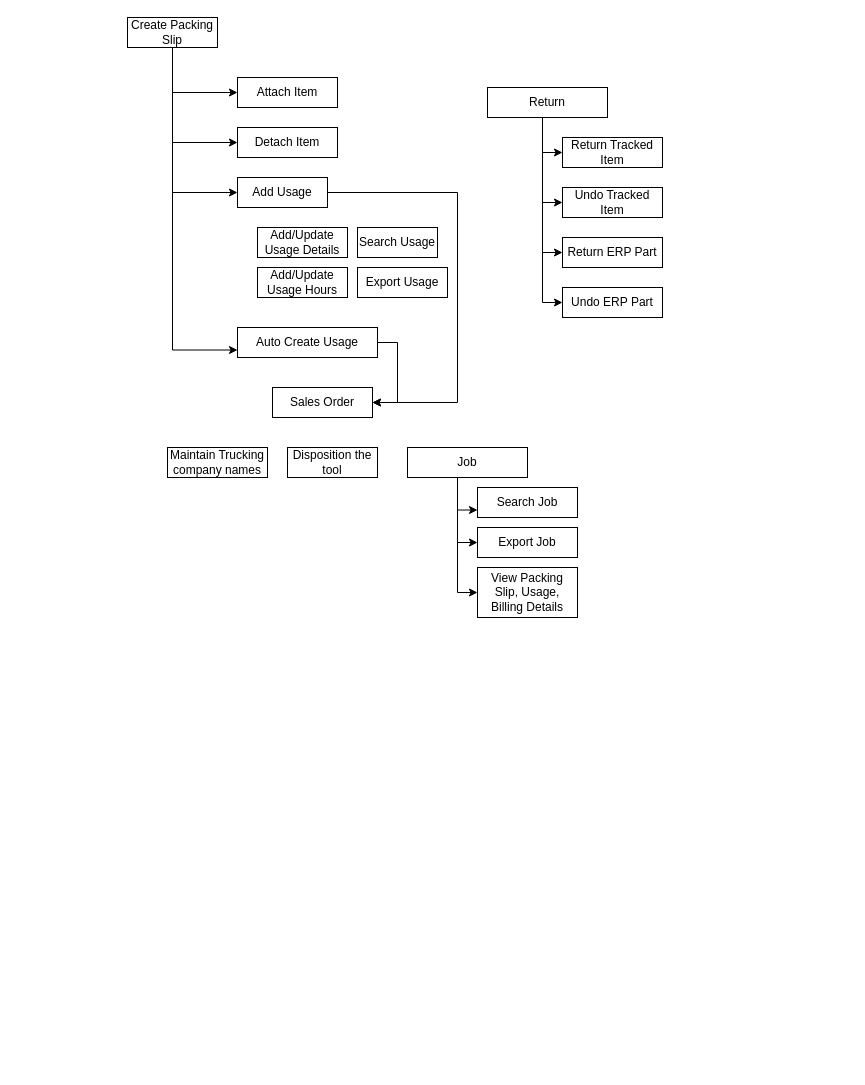
This is page "Customer Transfer" (2 of 4) of Untitled Diagram.drawio from ajaykedar77/TAT-Application, a draw.io file, before an edit. Source tidied: cells renumbered, new cells numbered last; positions are measured from the earlier drawing's top-left corner, leaving out a move shared by most shapes. Both pictures are drawn from the tidied source at 100%, with x=0, y=0 at pixel (127, 17).
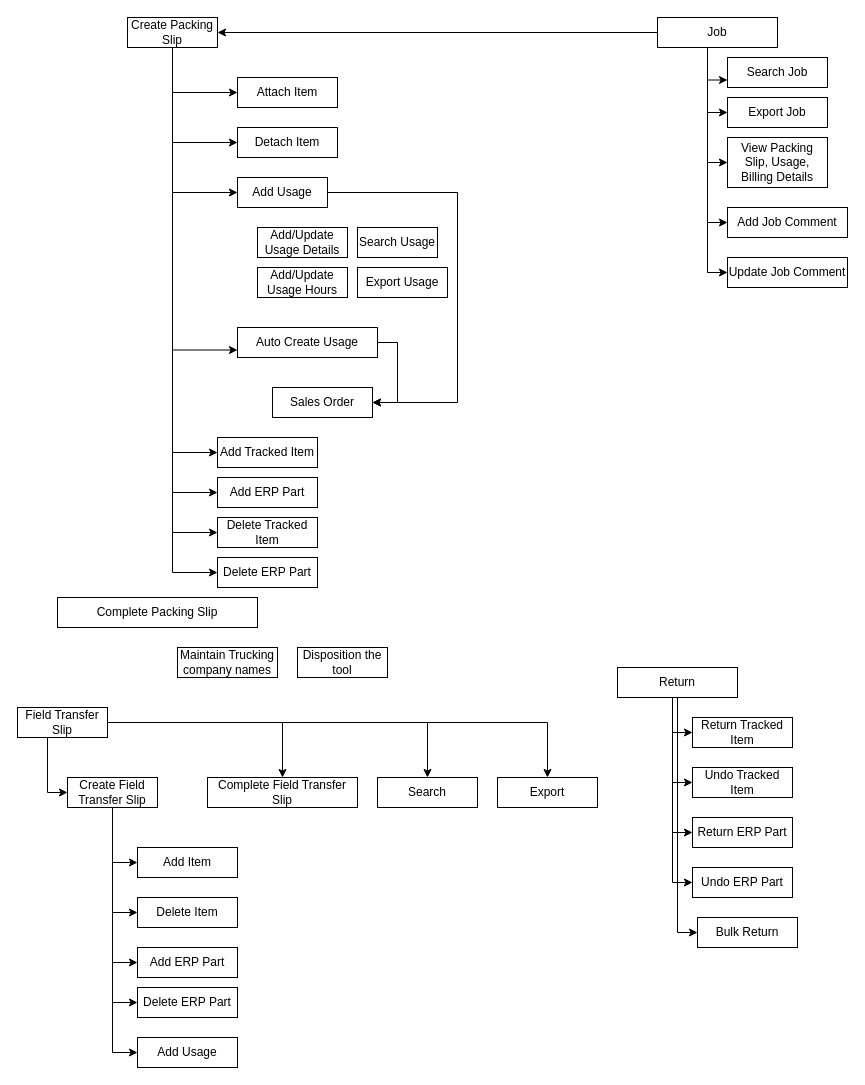
The same page after the edit.

Unchanged cells that the change refers to:
```xml
<mxCell id="25" value="Create Packing Slip" style="rounded=0;whiteSpace=wrap;html=1;" parent="1" vertex="1">
  <mxGeometry width="90" height="30" as="geometry" />
</mxCell>
```

The edit, as a diff of the source:
```diff
@@
     <mxCell id="8" value="Return Tracked Item" style="rounded=0;whiteSpace=wrap;html=1;" parent="1" vertex="1">
-      <mxGeometry x="435" y="120" width="100" height="30" as="geometry" />
+      <mxGeometry x="565" y="700" width="100" height="30" as="geometry" />
     </mxCell>
@@
     <mxCell id="11" value="Return ERP Part" style="rounded=0;whiteSpace=wrap;html=1;" parent="1" vertex="1">
-      <mxGeometry x="435" y="220" width="100" height="30" as="geometry" />
+      <mxGeometry x="565" y="800" width="100" height="30" as="geometry" />
     </mxCell>
     <mxCell id="12" value="Undo Tracked Item" style="rounded=0;whiteSpace=wrap;html=1;" parent="1" vertex="1">
-      <mxGeometry x="435" y="170" width="100" height="30" as="geometry" />
+      <mxGeometry x="565" y="750" width="100" height="30" as="geometry" />
     </mxCell>
     <mxCell id="13" value="Undo ERP Part" style="rounded=0;whiteSpace=wrap;html=1;" parent="1" vertex="1">
-      <mxGeometry x="435" y="270" width="100" height="30" as="geometry" />
+      <mxGeometry x="565" y="850" width="100" height="30" as="geometry" />
     </mxCell>
@@
     <mxCell id="16" value="Disposition the tool" style="rounded=0;whiteSpace=wrap;html=1;" parent="1" vertex="1">
-      <mxGeometry x="160" y="430" width="90" height="30" as="geometry" />
+      <mxGeometry x="170" y="630" width="90" height="30" as="geometry" />
     </mxCell>
     <mxCell id="17" value="Search Job" style="rounded=0;whiteSpace=wrap;html=1;" parent="1" vertex="1">
-      <mxGeometry x="350" y="470" width="100" height="30" as="geometry" />
+      <mxGeometry x="600" y="40" width="100" height="30" as="geometry" />
     </mxCell>
     <mxCell id="18" value="Maintain Trucking company names" style="rounded=0;whiteSpace=wrap;html=1;" parent="1" vertex="1">
-      <mxGeometry x="40" y="430" width="100" height="30" as="geometry" />
+      <mxGeometry x="50" y="630" width="100" height="30" as="geometry" />
     </mxCell>
@@
     <mxCell id="20" value="Export Job" style="rounded=0;whiteSpace=wrap;html=1;" parent="1" vertex="1">
-      <mxGeometry x="350" y="510" width="100" height="30" as="geometry" />
+      <mxGeometry x="600" y="80" width="100" height="30" as="geometry" />
     </mxCell>
@@
+    <mxCell id="36" style="edgeStyle=orthogonalEdgeStyle;rounded=0;jettySize=auto;html=1;entryX=0;entryY=0.5;entryDx=0;entryDy=0;" parent="1" edge="1" source="25" target="56">
+      <mxGeometry relative="1" as="geometry" />
+    </mxCell>
+    <mxCell id="37" style="edgeStyle=orthogonalEdgeStyle;rounded=0;jettySize=auto;html=1;entryX=0;entryY=0.5;entryDx=0;entryDy=0;" parent="1" edge="1" source="25" target="57">
+      <mxGeometry relative="1" as="geometry" />
+    </mxCell>
+    <mxCell id="38" style="edgeStyle=orthogonalEdgeStyle;rounded=0;jettySize=auto;html=1;entryX=0;entryY=0.5;entryDx=0;entryDy=0;" parent="1" edge="1" source="25" target="58">
+      <mxGeometry relative="1" as="geometry" />
+    </mxCell>
+    <mxCell id="39" style="edgeStyle=orthogonalEdgeStyle;rounded=0;jettySize=auto;html=1;entryX=0;entryY=0.5;entryDx=0;entryDy=0;" parent="1" edge="1" source="25" target="59">
+      <mxGeometry relative="1" as="geometry" />
+    </mxCell>
@@
     <mxCell id="26" style="edgeStyle=orthogonalEdgeStyle;rounded=0;jettySize=auto;html=1;entryX=0;entryY=0.5;entryDx=0;entryDy=0;" parent="1" edge="1" source="30" target="8">
       <mxGeometry relative="1" as="geometry">
         <Array as="points">
-          <mxPoint x="415" y="135" />
+          <mxPoint x="545" y="715" />
         </Array>
       </mxGeometry>
     </mxCell>
     <mxCell id="27" style="edgeStyle=orthogonalEdgeStyle;rounded=0;jettySize=auto;html=1;entryX=0;entryY=0.5;entryDx=0;entryDy=0;" parent="1" edge="1" source="30" target="12">
       <mxGeometry relative="1" as="geometry">
         <Array as="points">
-          <mxPoint x="415" y="185" />
+          <mxPoint x="545" y="765" />
         </Array>
       </mxGeometry>
     </mxCell>
     <mxCell id="28" style="edgeStyle=orthogonalEdgeStyle;rounded=0;jettySize=auto;html=1;entryX=0;entryY=0.5;entryDx=0;entryDy=0;" parent="1" edge="1" source="30" target="11">
       <mxGeometry relative="1" as="geometry">
         <Array as="points">
-          <mxPoint x="415" y="235" />
+          <mxPoint x="545" y="815" />
         </Array>
       </mxGeometry>
     </mxCell>
     <mxCell id="29" style="edgeStyle=orthogonalEdgeStyle;rounded=0;jettySize=auto;html=1;entryX=0;entryY=0.5;entryDx=0;entryDy=0;" parent="1" edge="1" source="30" target="13">
       <mxGeometry relative="1" as="geometry">
         <Array as="points">
-          <mxPoint x="415" y="285" />
+          <mxPoint x="545" y="865" />
         </Array>
       </mxGeometry>
     </mxCell>
+    <mxCell id="40" style="edgeStyle=orthogonalEdgeStyle;rounded=0;jettySize=auto;html=1;entryX=0;entryY=0.5;entryDx=0;entryDy=0;" parent="1" edge="1" source="30" target="46">
+      <mxGeometry relative="1" as="geometry">
+        <Array as="points">
+          <mxPoint x="550" y="915" />
+        </Array>
+      </mxGeometry>
+    </mxCell>
     <mxCell id="30" value="Return" style="rounded=0;whiteSpace=wrap;html=1;" parent="1" vertex="1">
-      <mxGeometry x="360" y="70" width="120" height="30" as="geometry" />
+      <mxGeometry x="490" y="650" width="120" height="30" as="geometry" />
     </mxCell>
     <mxCell id="31" style="edgeStyle=orthogonalEdgeStyle;rounded=0;jettySize=auto;html=1;entryX=0;entryY=0.75;entryDx=0;entryDy=0;" parent="1" edge="1" source="34" target="17">
       <mxGeometry relative="1" as="geometry">
         <Array as="points">
-          <mxPoint x="330" y="493" />
+          <mxPoint x="580" y="63" />
         </Array>
       </mxGeometry>
     </mxCell>
     <mxCell id="32" style="edgeStyle=orthogonalEdgeStyle;rounded=0;jettySize=auto;html=1;entryX=0;entryY=0.5;entryDx=0;entryDy=0;" parent="1" edge="1" source="34" target="20">
       <mxGeometry relative="1" as="geometry">
         <Array as="points">
-          <mxPoint x="330" y="525" />
+          <mxPoint x="580" y="95" />
         </Array>
       </mxGeometry>
     </mxCell>
     <mxCell id="33" style="edgeStyle=orthogonalEdgeStyle;rounded=0;jettySize=auto;html=1;entryX=0;entryY=0.5;entryDx=0;entryDy=0;" parent="1" edge="1" source="34" target="35">
       <mxGeometry relative="1" as="geometry">
         <Array as="points">
-          <mxPoint x="330" y="575" />
+          <mxPoint x="580" y="145" />
         </Array>
       </mxGeometry>
     </mxCell>
+    <mxCell id="41" style="edgeStyle=orthogonalEdgeStyle;rounded=0;jettySize=auto;html=1;entryX=0;entryY=0.5;entryDx=0;entryDy=0;" parent="1" edge="1" source="34" target="44">
+      <mxGeometry relative="1" as="geometry">
+        <Array as="points">
+          <mxPoint x="580" y="205" />
+        </Array>
+      </mxGeometry>
+    </mxCell>
+    <mxCell id="42" style="edgeStyle=orthogonalEdgeStyle;rounded=0;jettySize=auto;html=1;entryX=0;entryY=0.5;entryDx=0;entryDy=0;" parent="1" edge="1" source="34" target="45">
+      <mxGeometry relative="1" as="geometry">
+        <Array as="points">
+          <mxPoint x="580" y="255" />
+        </Array>
+      </mxGeometry>
+    </mxCell>
+    <mxCell id="43" style="edgeStyle=orthogonalEdgeStyle;rounded=0;jettySize=auto;html=1;entryX=1;entryY=0.5;entryDx=0;entryDy=0;" parent="1" edge="1" source="34" target="25">
+      <mxGeometry relative="1" as="geometry" />
+    </mxCell>
     <mxCell id="34" value="Job" style="rounded=0;whiteSpace=wrap;html=1;" parent="1" vertex="1">
-      <mxGeometry x="280" y="430" width="120" height="30" as="geometry" />
+      <mxGeometry x="530" width="120" height="30" as="geometry" />
     </mxCell>
     <mxCell id="35" value="View Packing Slip, Usage, Billing Details" style="rounded=0;whiteSpace=wrap;html=1;" parent="1" vertex="1">
-      <mxGeometry x="350" y="550" width="100" height="50" as="geometry" />
+      <mxGeometry x="600" y="120" width="100" height="50" as="geometry" />
     </mxCell>
+    <mxCell id="44" value="Add Job Comment" style="rounded=0;whiteSpace=wrap;html=1;" parent="1" vertex="1">
+      <mxGeometry x="600" y="190" width="120" height="30" as="geometry" />
+    </mxCell>
+    <mxCell id="45" value="Update Job Comment" style="rounded=0;whiteSpace=wrap;html=1;" parent="1" vertex="1">
+      <mxGeometry x="600" y="240" width="120" height="30" as="geometry" />
+    </mxCell>
+    <mxCell id="46" value="Bulk Return" style="rounded=0;whiteSpace=wrap;html=1;" parent="1" vertex="1">
+      <mxGeometry x="570" y="900" width="100" height="30" as="geometry" />
+    </mxCell>
+    <mxCell id="47" style="edgeStyle=orthogonalEdgeStyle;rounded=0;jettySize=auto;html=1;entryX=0;entryY=0.5;entryDx=0;entryDy=0;" parent="1" edge="1" source="52" target="53">
+      <mxGeometry relative="1" as="geometry" />
+    </mxCell>
+    <mxCell id="48" style="edgeStyle=orthogonalEdgeStyle;rounded=0;jettySize=auto;html=1;entryX=0;entryY=0.5;entryDx=0;entryDy=0;" parent="1" edge="1" source="52" target="54">
+      <mxGeometry relative="1" as="geometry" />
+    </mxCell>
+    <mxCell id="49" style="edgeStyle=orthogonalEdgeStyle;rounded=0;jettySize=auto;html=1;entryX=0;entryY=0.5;entryDx=0;entryDy=0;" parent="1" edge="1" source="52" target="60">
+      <mxGeometry relative="1" as="geometry" />
+    </mxCell>
+    <mxCell id="50" style="edgeStyle=orthogonalEdgeStyle;rounded=0;jettySize=auto;html=1;entryX=0;entryY=0.5;entryDx=0;entryDy=0;" parent="1" edge="1" source="52" target="61">
+      <mxGeometry relative="1" as="geometry" />
+    </mxCell>
+    <mxCell id="51" style="edgeStyle=orthogonalEdgeStyle;rounded=0;jettySize=auto;html=1;entryX=0;entryY=0.5;entryDx=0;entryDy=0;" parent="1" edge="1" source="52" target="62">
+      <mxGeometry relative="1" as="geometry" />
+    </mxCell>
+    <mxCell id="52" value="Create Field Transfer Slip" style="rounded=0;whiteSpace=wrap;html=1;" parent="1" vertex="1">
+      <mxGeometry x="-60" y="760" width="90" height="30" as="geometry" />
+    </mxCell>
+    <mxCell id="53" value="Add Item" style="rounded=0;whiteSpace=wrap;html=1;" parent="1" vertex="1">
+      <mxGeometry x="10" y="830" width="100" height="30" as="geometry" />
+    </mxCell>
+    <mxCell id="54" value="Delete Item" style="rounded=0;whiteSpace=wrap;html=1;" parent="1" vertex="1">
+      <mxGeometry x="10" y="880" width="100" height="30" as="geometry" />
+    </mxCell>
+    <mxCell id="55" value="Complete Packing Slip" style="rounded=0;whiteSpace=wrap;html=1;" parent="1" vertex="1">
+      <mxGeometry x="-70" y="580" width="200" height="30" as="geometry" />
+    </mxCell>
+    <mxCell id="56" value="Add Tracked Item" style="rounded=0;whiteSpace=wrap;html=1;" parent="1" vertex="1">
+      <mxGeometry x="90" y="420" width="100" height="30" as="geometry" />
+    </mxCell>
+    <mxCell id="57" value="Add ERP Part" style="rounded=0;whiteSpace=wrap;html=1;" parent="1" vertex="1">
+      <mxGeometry x="90" y="460" width="100" height="30" as="geometry" />
+    </mxCell>
+    <mxCell id="58" value="Delete Tracked Item" style="rounded=0;whiteSpace=wrap;html=1;" parent="1" vertex="1">
+      <mxGeometry x="90" y="500" width="100" height="30" as="geometry" />
+    </mxCell>
+    <mxCell id="59" value="Delete ERP Part" style="rounded=0;whiteSpace=wrap;html=1;" parent="1" vertex="1">
+      <mxGeometry x="90" y="540" width="100" height="30" as="geometry" />
+    </mxCell>
+    <mxCell id="60" value="Add Usage" style="rounded=0;whiteSpace=wrap;html=1;" parent="1" vertex="1">
+      <mxGeometry x="10" y="1020" width="100" height="30" as="geometry" />
+    </mxCell>
+    <mxCell id="61" value="Add ERP Part" style="rounded=0;whiteSpace=wrap;html=1;" parent="1" vertex="1">
+      <mxGeometry x="10" y="930" width="100" height="30" as="geometry" />
+    </mxCell>
+    <mxCell id="62" value="Delete ERP Part" style="rounded=0;whiteSpace=wrap;html=1;" parent="1" vertex="1">
+      <mxGeometry x="10" y="970" width="100" height="30" as="geometry" />
+    </mxCell>
+    <mxCell id="63" style="edgeStyle=orthogonalEdgeStyle;rounded=0;jettySize=auto;html=1;entryX=0;entryY=0.5;entryDx=0;entryDy=0;" parent="1" edge="1" source="67" target="52">
+      <mxGeometry relative="1" as="geometry">
+        <Array as="points">
+          <mxPoint x="-80" y="775" />
+        </Array>
+      </mxGeometry>
+    </mxCell>
+    <mxCell id="64" style="edgeStyle=orthogonalEdgeStyle;rounded=0;jettySize=auto;html=1;entryX=0.5;entryY=0;entryDx=0;entryDy=0;" parent="1" edge="1" source="67" target="68">
+      <mxGeometry relative="1" as="geometry" />
+    </mxCell>
+    <mxCell id="65" style="edgeStyle=orthogonalEdgeStyle;rounded=0;jettySize=auto;html=1;entryX=0.5;entryY=0;entryDx=0;entryDy=0;" parent="1" edge="1" source="67" target="69">
+      <mxGeometry relative="1" as="geometry" />
+    </mxCell>
+    <mxCell id="66" style="edgeStyle=orthogonalEdgeStyle;rounded=0;jettySize=auto;html=1;" parent="1" edge="1" source="67" target="70">
+      <mxGeometry relative="1" as="geometry" />
+    </mxCell>
+    <mxCell id="67" value="Field Transfer Slip" style="rounded=0;whiteSpace=wrap;html=1;" parent="1" vertex="1">
+      <mxGeometry x="-110" y="690" width="90" height="30" as="geometry" />
+    </mxCell>
+    <mxCell id="68" value="Complete Field Transfer Slip" style="rounded=0;whiteSpace=wrap;html=1;" parent="1" vertex="1">
+      <mxGeometry x="80" y="760" width="150" height="30" as="geometry" />
+    </mxCell>
+    <mxCell id="69" value="Search" style="rounded=0;whiteSpace=wrap;html=1;" parent="1" vertex="1">
+      <mxGeometry x="250" y="760" width="100" height="30" as="geometry" />
+    </mxCell>
+    <mxCell id="70" value="Export" style="rounded=0;whiteSpace=wrap;html=1;" parent="1" vertex="1">
+      <mxGeometry x="370" y="760" width="100" height="30" as="geometry" />
+    </mxCell>
```
